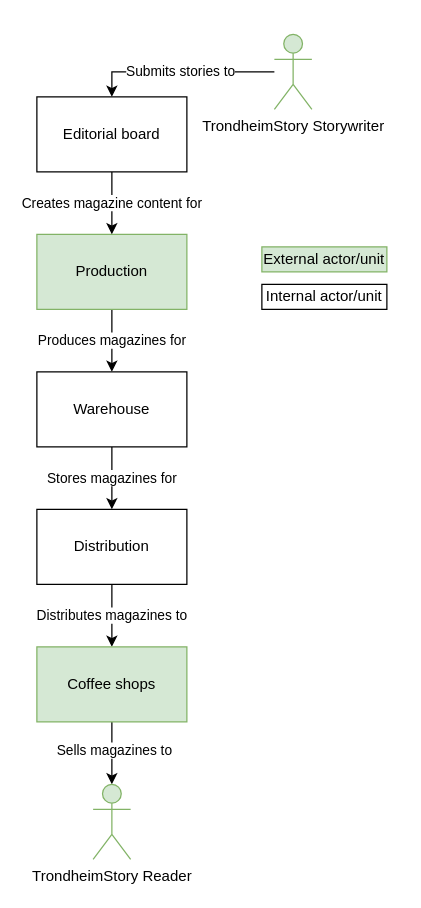
Before: TS_overview_diagram.drawio in gullskatten/TS-models-4em-archi, a draw.io diagram. Source tidied: cells renumbered, new cells numbered last; positions are measured from the earlier drawing's top-left corner, leaving out a move shared by most shapes. Both pictures are drawn from the tidied source at 125%, with x=0, y=0 at pixel (36, 34).
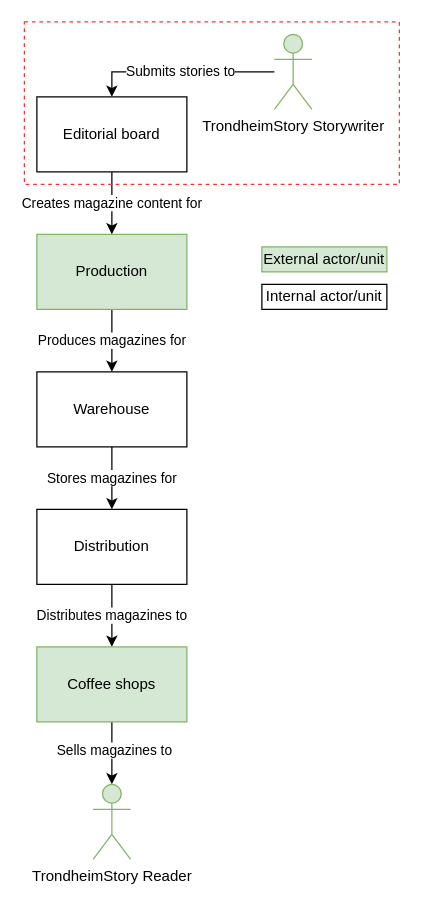
The same diagram, later.

Change to the diagram source:
```diff
@@
 <mxGraphModel>
   <root>
     <mxCell id="0" />
     <mxCell id="1" parent="0" />
     <mxCell id="2" value="Editorial board" style="rounded=0;whiteSpace=wrap;html=1;" parent="1" vertex="1">
       <mxGeometry y="50" width="120" height="60" as="geometry" />
     </mxCell>
     <mxCell id="3" value="Produces magazines for" style="edgeStyle=orthogonalEdgeStyle;rounded=0;jettySize=auto;html=1;" parent="1" edge="1" source="4" target="6">
       <mxGeometry relative="1" as="geometry" />
     </mxCell>
     <mxCell id="4" value="Production" style="rounded=0;whiteSpace=wrap;html=1;fillColor=#d5e8d4;strokeColor=#82b366;" parent="1" vertex="1">
       <mxGeometry y="160" width="120" height="60" as="geometry" />
     </mxCell>
     <mxCell id="5" value="Stores magazines for" style="edgeStyle=orthogonalEdgeStyle;rounded=0;jettySize=auto;html=1;" parent="1" edge="1" source="6" target="8">
       <mxGeometry relative="1" as="geometry" />
     </mxCell>
     <mxCell id="6" value="Warehouse" style="rounded=0;whiteSpace=wrap;html=1;" parent="1" vertex="1">
       <mxGeometry y="270" width="120" height="60" as="geometry" />
     </mxCell>
     <mxCell id="7" value="Distributes magazines to" style="edgeStyle=orthogonalEdgeStyle;rounded=0;jettySize=auto;html=1;entryX=0.5;entryY=0;entryDx=0;entryDy=0;" parent="1" edge="1" source="8" target="12">
       <mxGeometry relative="1" as="geometry" />
     </mxCell>
     <mxCell id="8" value="Distribution" style="rounded=0;whiteSpace=wrap;html=1;" parent="1" vertex="1">
       <mxGeometry y="380" width="120" height="60" as="geometry" />
     </mxCell>
     <mxCell id="9" value="Creates magazine content for" style="endArrow=classic;html=1;exitX=0.5;exitY=1;exitDx=0;exitDy=0;" parent="1" edge="1" source="2" target="4">
       <mxGeometry relative="1" as="geometry" />
     </mxCell>
     <mxCell id="10" style="edgeStyle=orthogonalEdgeStyle;rounded=0;jettySize=auto;html=1;entryX=0.5;entryY=0;entryDx=0;entryDy=0;entryPerimeter=0;" parent="1" edge="1" source="12" target="13">
       <mxGeometry relative="1" as="geometry" />
     </mxCell>
     <mxCell id="11" value="Sells magazines to" style="edgeLabel;html=1;align=center;verticalAlign=middle;" parent="10" vertex="1">
       <mxGeometry x="-0.13" y="1" relative="1" as="geometry" />
     </mxCell>
     <mxCell id="12" value="Coffee shops" style="rounded=0;whiteSpace=wrap;html=1;fillColor=#d5e8d4;strokeColor=#82b366;" parent="1" vertex="1">
       <mxGeometry y="490" width="120" height="60" as="geometry" />
     </mxCell>
     <mxCell id="13" value="TrondheimStory Reader" style="shape=umlActor;verticalLabelPosition=bottom;verticalAlign=top;html=1;outlineConnect=0;fillColor=#d5e8d4;strokeColor=#82b366;" parent="1" vertex="1">
       <mxGeometry x="45" y="600" width="30" height="60" as="geometry" />
     </mxCell>
     <mxCell id="14" value="Submits stories to" style="edgeStyle=orthogonalEdgeStyle;rounded=0;jettySize=auto;html=1;entryX=0.5;entryY=0;entryDx=0;entryDy=0;" parent="1" edge="1" source="15" target="2">
       <mxGeometry relative="1" as="geometry" />
     </mxCell>
     <mxCell id="15" value="TrondheimStory Storywriter" style="shape=umlActor;verticalLabelPosition=bottom;verticalAlign=top;html=1;outlineConnect=0;fillColor=#d5e8d4;strokeColor=#82b366;" parent="1" vertex="1">
       <mxGeometry x="190" width="30" height="60" as="geometry" />
     </mxCell>
     <mxCell id="16" value="External actor/unit" style="rounded=0;whiteSpace=wrap;html=1;fillColor=#d5e8d4;strokeColor=#82b366;" parent="1" vertex="1">
       <mxGeometry x="180" y="170" width="100" height="20" as="geometry" />
     </mxCell>
     <mxCell id="17" value="Internal actor/unit" style="rounded=0;whiteSpace=wrap;html=1;" parent="1" vertex="1">
       <mxGeometry x="180" y="200" width="100" height="20" as="geometry" />
     </mxCell>
+    <mxCell id="18" style="rounded=0;whiteSpace=wrap;html=1;fillColor=none;strokeColor=#FF3333;dashed=1;" parent="1" vertex="1">
+      <mxGeometry x="-10" y="-10" width="300" height="130" as="geometry" />
+    </mxCell>
   </root>
 </mxGraphModel>
```
